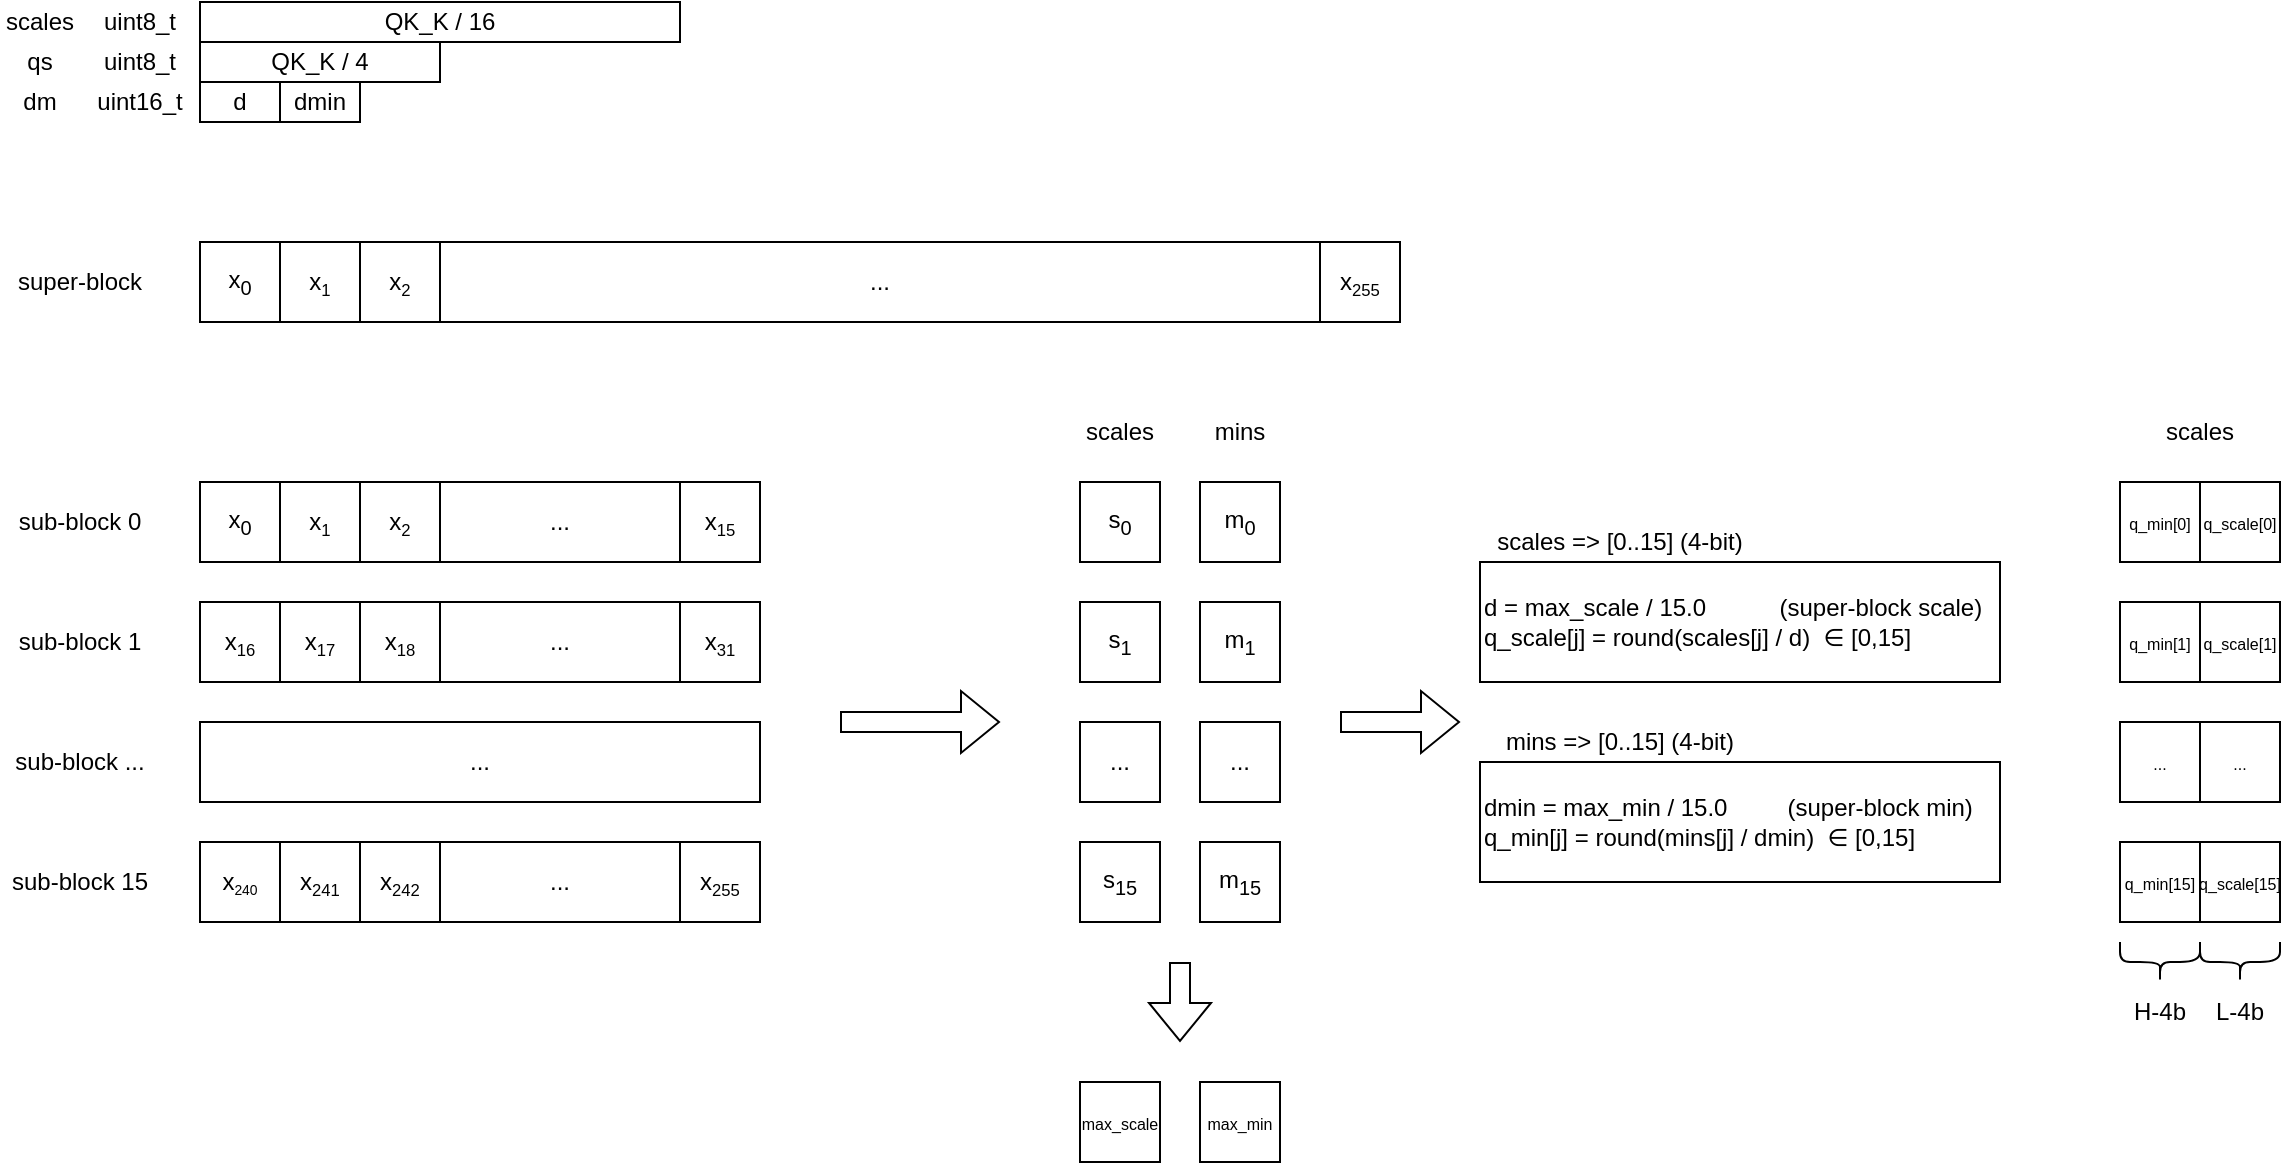
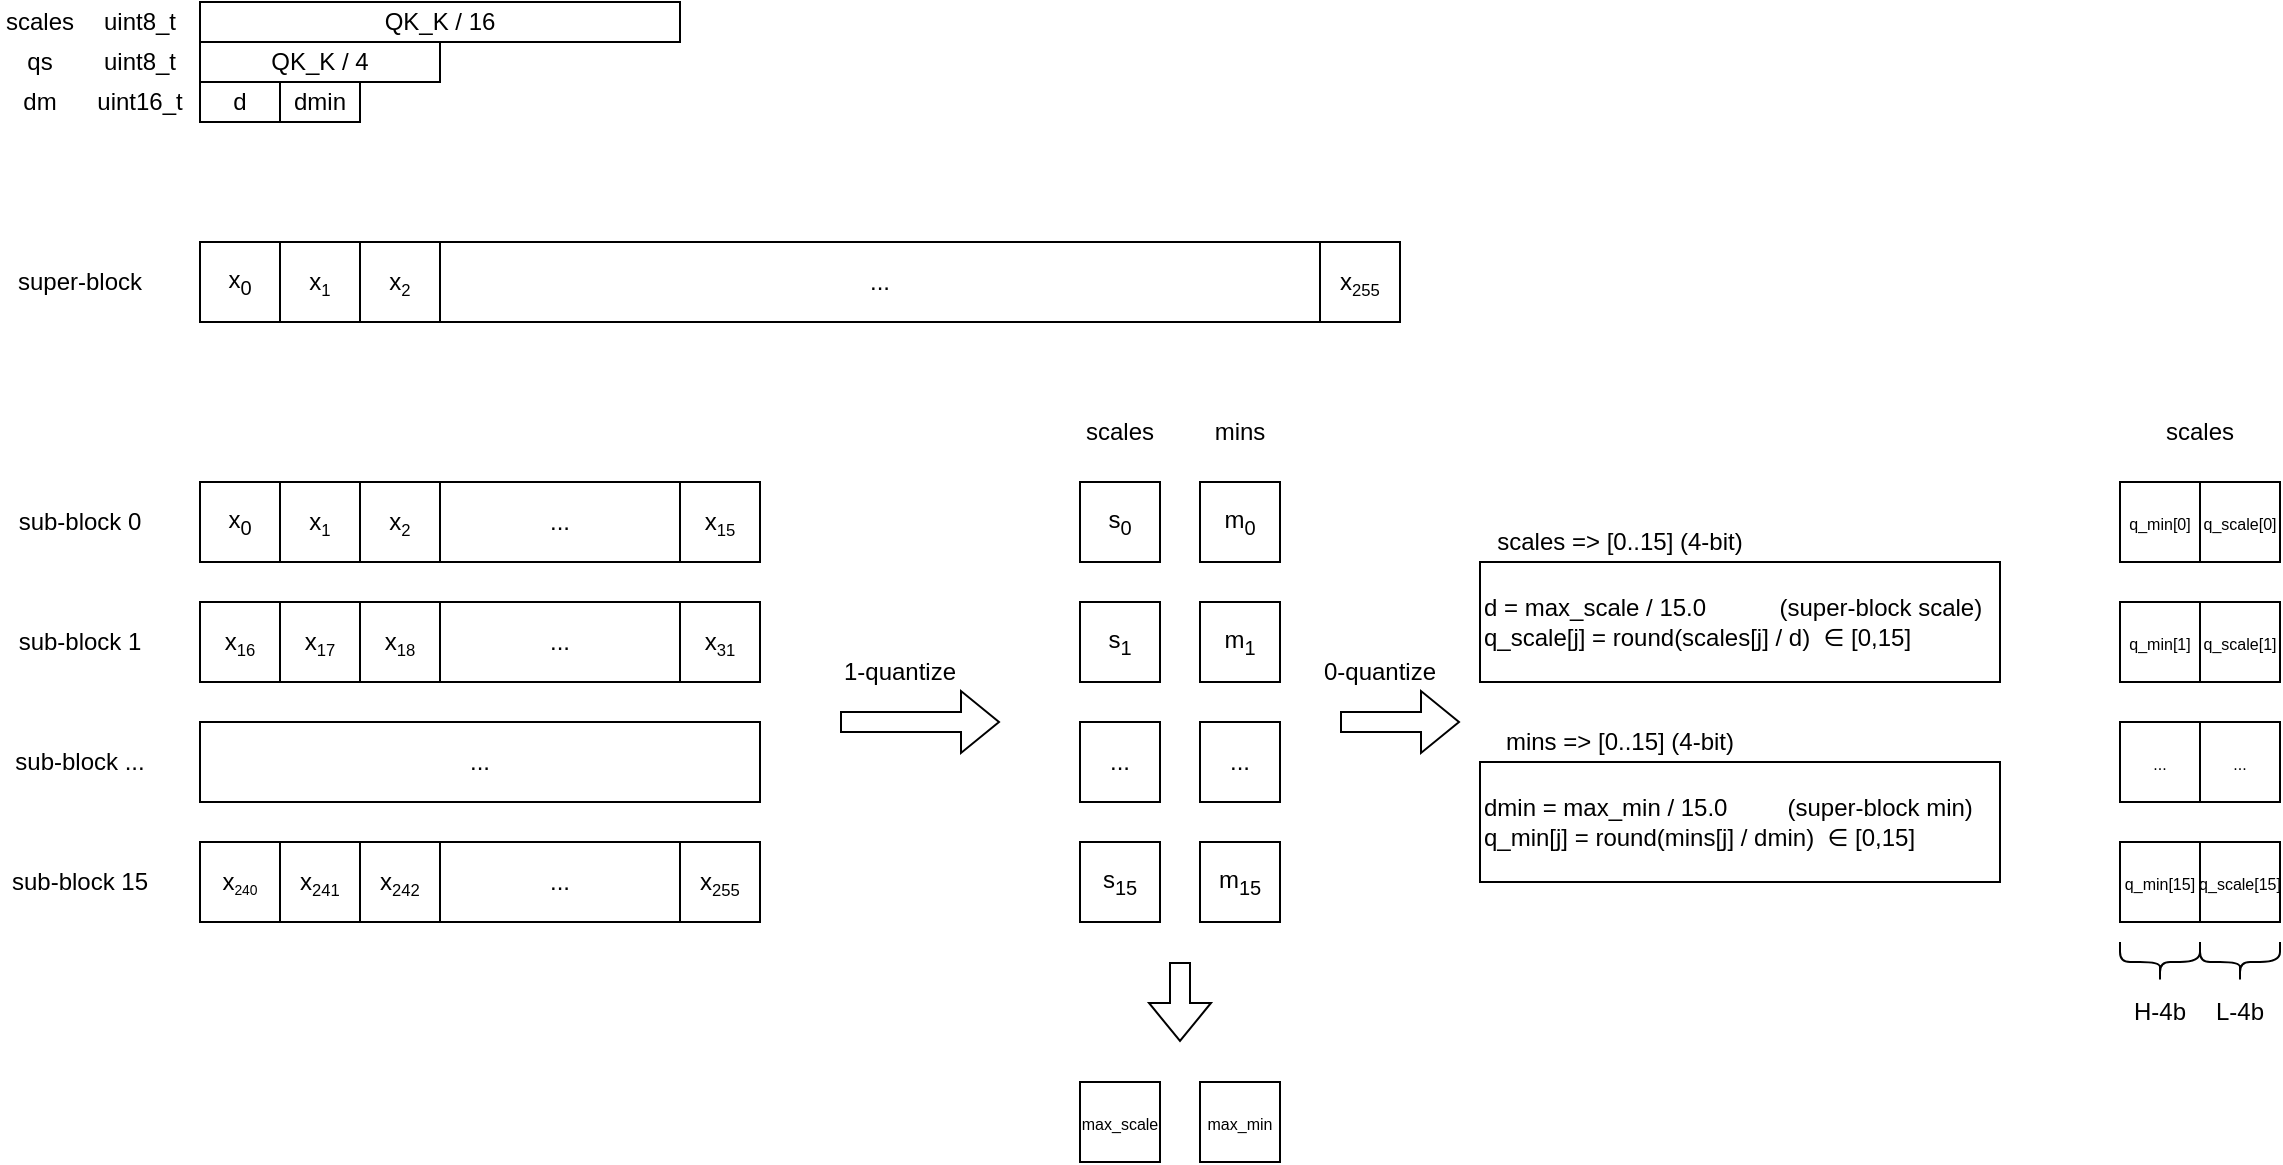
<mxfile host="app.diagrams.net">
  <diagram name="第 1 页" id="Si2-Z7cCXZd2prBrh_IV">
    <mxGraphModel dx="738" dy="1626" grid="1" gridSize="10" guides="1" tooltips="1" connect="1" arrows="1" fold="1" page="1" pageScale="1" pageWidth="827" pageHeight="1169" math="0" shadow="0">
      <root>
        <mxCell id="0" />
        <mxCell id="1" parent="0" />
        <mxCell id="sU8PSUKhDcx1YNUkFXAb-1" parent="1" style="rounded=0;whiteSpace=wrap;html=1;" value="x&lt;sub&gt;0&lt;/sub&gt;" vertex="1">
          <mxGeometry height="40" width="40" x="120" y="40" as="geometry" />
        </mxCell>
        <mxCell id="sU8PSUKhDcx1YNUkFXAb-2" parent="1" style="rounded=0;whiteSpace=wrap;html=1;" value="x&lt;span style=&quot;font-size: 10px;&quot;&gt;&lt;sub&gt;1&lt;/sub&gt;&lt;/span&gt;" vertex="1">
          <mxGeometry height="40" width="40" x="160" y="40" as="geometry" />
        </mxCell>
        <mxCell id="sU8PSUKhDcx1YNUkFXAb-3" parent="1" style="rounded=0;whiteSpace=wrap;html=1;" value="x&lt;span style=&quot;font-size: 10px;&quot;&gt;&lt;sub&gt;2&lt;/sub&gt;&lt;/span&gt;" vertex="1">
          <mxGeometry height="40" width="40" x="200" y="40" as="geometry" />
        </mxCell>
        <mxCell id="sU8PSUKhDcx1YNUkFXAb-4" parent="1" style="rounded=0;whiteSpace=wrap;html=1;" value="..." vertex="1">
          <mxGeometry height="40" width="440" x="240" y="40" as="geometry" />
        </mxCell>
        <mxCell id="sU8PSUKhDcx1YNUkFXAb-5" parent="1" style="rounded=0;whiteSpace=wrap;html=1;" value="x&lt;span style=&quot;font-size: 10px;&quot;&gt;&lt;sub&gt;255&lt;/sub&gt;&lt;/span&gt;" vertex="1">
          <mxGeometry height="40" width="40" x="680" y="40" as="geometry" />
        </mxCell>
        <mxCell id="sU8PSUKhDcx1YNUkFXAb-6" parent="1" style="text;html=1;whiteSpace=wrap;strokeColor=none;fillColor=none;align=center;verticalAlign=middle;rounded=0;" value="super-block" vertex="1">
          <mxGeometry height="40" width="80" x="20" y="40" as="geometry" />
        </mxCell>
        <mxCell id="sU8PSUKhDcx1YNUkFXAb-7" parent="1" style="rounded=0;whiteSpace=wrap;html=1;" value="x&lt;sub&gt;0&lt;/sub&gt;" vertex="1">
          <mxGeometry height="40" width="40" x="120" y="160" as="geometry" />
        </mxCell>
        <mxCell id="sU8PSUKhDcx1YNUkFXAb-8" parent="1" style="rounded=0;whiteSpace=wrap;html=1;" value="x&lt;span style=&quot;font-size: 10px;&quot;&gt;&lt;sub&gt;1&lt;/sub&gt;&lt;/span&gt;" vertex="1">
          <mxGeometry height="40" width="40" x="160" y="160" as="geometry" />
        </mxCell>
        <mxCell id="sU8PSUKhDcx1YNUkFXAb-9" parent="1" style="rounded=0;whiteSpace=wrap;html=1;" value="x&lt;span style=&quot;font-size: 10px;&quot;&gt;&lt;sub&gt;2&lt;/sub&gt;&lt;/span&gt;" vertex="1">
          <mxGeometry height="40" width="40" x="200" y="160" as="geometry" />
        </mxCell>
        <mxCell id="sU8PSUKhDcx1YNUkFXAb-10" parent="1" style="rounded=0;whiteSpace=wrap;html=1;" value="..." vertex="1">
          <mxGeometry height="40" width="120" x="240" y="160" as="geometry" />
        </mxCell>
        <mxCell id="sU8PSUKhDcx1YNUkFXAb-11" parent="1" style="rounded=0;whiteSpace=wrap;html=1;" value="x&lt;span style=&quot;font-size: 10px;&quot;&gt;&lt;sub&gt;15&lt;/sub&gt;&lt;/span&gt;" vertex="1">
          <mxGeometry height="40" width="40" x="360" y="160" as="geometry" />
        </mxCell>
        <mxCell id="sU8PSUKhDcx1YNUkFXAb-12" parent="1" style="rounded=0;whiteSpace=wrap;html=1;" value="x&lt;span style=&quot;font-size: 10px;&quot;&gt;&lt;sub&gt;16&lt;/sub&gt;&lt;/span&gt;" vertex="1">
          <mxGeometry height="40" width="40" x="120" y="220" as="geometry" />
        </mxCell>
        <mxCell id="sU8PSUKhDcx1YNUkFXAb-13" parent="1" style="rounded=0;whiteSpace=wrap;html=1;" value="x&lt;span style=&quot;font-size: 10px;&quot;&gt;&lt;sub&gt;17&lt;/sub&gt;&lt;/span&gt;" vertex="1">
          <mxGeometry height="40" width="40" x="160" y="220" as="geometry" />
        </mxCell>
        <mxCell id="sU8PSUKhDcx1YNUkFXAb-14" parent="1" style="rounded=0;whiteSpace=wrap;html=1;" value="x&lt;span style=&quot;font-size: 10px;&quot;&gt;&lt;sub&gt;18&lt;/sub&gt;&lt;/span&gt;" vertex="1">
          <mxGeometry height="40" width="40" x="200" y="220" as="geometry" />
        </mxCell>
        <mxCell id="sU8PSUKhDcx1YNUkFXAb-15" parent="1" style="rounded=0;whiteSpace=wrap;html=1;" value="..." vertex="1">
          <mxGeometry height="40" width="120" x="240" y="220" as="geometry" />
        </mxCell>
        <mxCell id="sU8PSUKhDcx1YNUkFXAb-16" parent="1" style="rounded=0;whiteSpace=wrap;html=1;" value="x&lt;span style=&quot;font-size: 10px;&quot;&gt;&lt;sub&gt;31&lt;/sub&gt;&lt;/span&gt;" vertex="1">
          <mxGeometry height="40" width="40" x="360" y="220" as="geometry" />
        </mxCell>
        <mxCell id="sU8PSUKhDcx1YNUkFXAb-17" parent="1" style="rounded=0;whiteSpace=wrap;html=1;" value="..." vertex="1">
          <mxGeometry height="40" width="280" x="120" y="280" as="geometry" />
        </mxCell>
        <mxCell id="sU8PSUKhDcx1YNUkFXAb-18" parent="1" style="rounded=0;whiteSpace=wrap;html=1;" value="x&lt;span style=&quot;font-size: 8.33333px;&quot;&gt;&lt;sub&gt;240&lt;/sub&gt;&lt;/span&gt;" vertex="1">
          <mxGeometry height="40" width="40" x="120" y="340" as="geometry" />
        </mxCell>
        <mxCell id="sU8PSUKhDcx1YNUkFXAb-19" parent="1" style="rounded=0;whiteSpace=wrap;html=1;" value="x&lt;span style=&quot;font-size: 10px;&quot;&gt;&lt;sub&gt;241&lt;/sub&gt;&lt;/span&gt;" vertex="1">
          <mxGeometry height="40" width="40" x="160" y="340" as="geometry" />
        </mxCell>
        <mxCell id="sU8PSUKhDcx1YNUkFXAb-20" parent="1" style="rounded=0;whiteSpace=wrap;html=1;" value="x&lt;span style=&quot;font-size: 10px;&quot;&gt;&lt;sub&gt;242&lt;/sub&gt;&lt;/span&gt;" vertex="1">
          <mxGeometry height="40" width="40" x="200" y="340" as="geometry" />
        </mxCell>
        <mxCell id="sU8PSUKhDcx1YNUkFXAb-21" parent="1" style="rounded=0;whiteSpace=wrap;html=1;" value="..." vertex="1">
          <mxGeometry height="40" width="120" x="240" y="340" as="geometry" />
        </mxCell>
        <mxCell id="sU8PSUKhDcx1YNUkFXAb-22" parent="1" style="rounded=0;whiteSpace=wrap;html=1;" value="x&lt;span style=&quot;font-size: 10px;&quot;&gt;&lt;sub&gt;255&lt;/sub&gt;&lt;/span&gt;" vertex="1">
          <mxGeometry height="40" width="40" x="360" y="340" as="geometry" />
        </mxCell>
        <mxCell id="sU8PSUKhDcx1YNUkFXAb-23" parent="1" style="text;html=1;whiteSpace=wrap;strokeColor=none;fillColor=none;align=center;verticalAlign=middle;rounded=0;" value="sub-block 0" vertex="1">
          <mxGeometry height="40" width="80" x="20" y="160" as="geometry" />
        </mxCell>
        <mxCell id="sU8PSUKhDcx1YNUkFXAb-24" parent="1" style="text;html=1;whiteSpace=wrap;strokeColor=none;fillColor=none;align=center;verticalAlign=middle;rounded=0;" value="sub-block 1" vertex="1">
          <mxGeometry height="40" width="80" x="20" y="220" as="geometry" />
        </mxCell>
        <mxCell id="sU8PSUKhDcx1YNUkFXAb-25" parent="1" style="text;html=1;whiteSpace=wrap;strokeColor=none;fillColor=none;align=center;verticalAlign=middle;rounded=0;" value="sub-block 15" vertex="1">
          <mxGeometry height="40" width="80" x="20" y="340" as="geometry" />
        </mxCell>
        <mxCell id="sU8PSUKhDcx1YNUkFXAb-26" parent="1" style="text;html=1;whiteSpace=wrap;strokeColor=none;fillColor=none;align=center;verticalAlign=middle;rounded=0;" value="sub-block ..." vertex="1">
          <mxGeometry height="40" width="80" x="20" y="280" as="geometry" />
        </mxCell>
        <mxCell id="sU8PSUKhDcx1YNUkFXAb-27" parent="1" style="rounded=0;whiteSpace=wrap;html=1;" value="QK_K / 16" vertex="1">
          <mxGeometry height="20" width="240" x="120" y="-80" as="geometry" />
        </mxCell>
        <mxCell id="sU8PSUKhDcx1YNUkFXAb-28" parent="1" style="rounded=0;whiteSpace=wrap;html=1;" value="QK_K / 4" vertex="1">
          <mxGeometry height="20" width="120" x="120" y="-60" as="geometry" />
        </mxCell>
        <mxCell id="sU8PSUKhDcx1YNUkFXAb-29" parent="1" style="rounded=0;whiteSpace=wrap;html=1;" value="d" vertex="1">
          <mxGeometry height="20" width="40" x="120" y="-40" as="geometry" />
        </mxCell>
        <mxCell id="sU8PSUKhDcx1YNUkFXAb-30" parent="1" style="rounded=0;whiteSpace=wrap;html=1;" value="dmin" vertex="1">
          <mxGeometry height="20" width="40" x="160" y="-40" as="geometry" />
        </mxCell>
        <mxCell id="sU8PSUKhDcx1YNUkFXAb-32" parent="1" style="text;html=1;whiteSpace=wrap;strokeColor=none;fillColor=none;align=center;verticalAlign=middle;rounded=0;" value="scales" vertex="1">
          <mxGeometry height="20" width="40" x="20" y="-80" as="geometry" />
        </mxCell>
        <mxCell id="sU8PSUKhDcx1YNUkFXAb-33" parent="1" style="text;html=1;whiteSpace=wrap;strokeColor=none;fillColor=none;align=center;verticalAlign=middle;rounded=0;" value="qs" vertex="1">
          <mxGeometry height="20" width="40" x="20" y="-60" as="geometry" />
        </mxCell>
        <mxCell id="sU8PSUKhDcx1YNUkFXAb-34" parent="1" style="text;html=1;whiteSpace=wrap;strokeColor=none;fillColor=none;align=center;verticalAlign=middle;rounded=0;" value="dm" vertex="1">
          <mxGeometry height="20" width="40" x="20" y="-40" as="geometry" />
        </mxCell>
        <mxCell id="sU8PSUKhDcx1YNUkFXAb-35" parent="1" style="text;html=1;whiteSpace=wrap;strokeColor=none;fillColor=none;align=center;verticalAlign=middle;rounded=0;" value="uint8_t" vertex="1">
          <mxGeometry height="20" width="60" x="60" y="-80" as="geometry" />
        </mxCell>
        <mxCell id="sU8PSUKhDcx1YNUkFXAb-36" parent="1" style="text;html=1;whiteSpace=wrap;strokeColor=none;fillColor=none;align=center;verticalAlign=middle;rounded=0;" value="uint8_t" vertex="1">
          <mxGeometry height="20" width="60" x="60" y="-60" as="geometry" />
        </mxCell>
        <mxCell id="sU8PSUKhDcx1YNUkFXAb-37" parent="1" style="text;html=1;whiteSpace=wrap;strokeColor=none;fillColor=none;align=center;verticalAlign=middle;rounded=0;" value="uint16_t" vertex="1">
          <mxGeometry height="20" width="60" x="60" y="-40" as="geometry" />
        </mxCell>
        <mxCell id="sU8PSUKhDcx1YNUkFXAb-38" edge="1" parent="1" style="shape=flexArrow;endArrow=classic;html=1;rounded=0;" value="">
          <mxGeometry height="50" relative="1" width="50" as="geometry">
            <mxPoint x="440" y="280" as="sourcePoint" />
            <mxPoint x="520" y="280" as="targetPoint" />
          </mxGeometry>
        </mxCell>
        <mxCell id="sU8PSUKhDcx1YNUkFXAb-39" parent="1" style="rounded=0;whiteSpace=wrap;html=1;" value="s&lt;sub&gt;0&lt;/sub&gt;" vertex="1">
          <mxGeometry height="40" width="40" x="560" y="160" as="geometry" />
        </mxCell>
        <mxCell id="sU8PSUKhDcx1YNUkFXAb-41" parent="1" style="rounded=0;whiteSpace=wrap;html=1;" value="s&lt;sub&gt;1&lt;/sub&gt;" vertex="1">
          <mxGeometry height="40" width="40" x="560" y="220" as="geometry" />
        </mxCell>
        <mxCell id="sU8PSUKhDcx1YNUkFXAb-42" parent="1" style="rounded=0;whiteSpace=wrap;html=1;" value="..." vertex="1">
          <mxGeometry height="40" width="40" x="560" y="280" as="geometry" />
        </mxCell>
        <mxCell id="sU8PSUKhDcx1YNUkFXAb-43" parent="1" style="rounded=0;whiteSpace=wrap;html=1;" value="s&lt;sub&gt;15&lt;/sub&gt;" vertex="1">
          <mxGeometry height="40" width="40" x="560" y="340" as="geometry" />
        </mxCell>
        <mxCell id="sU8PSUKhDcx1YNUkFXAb-44" parent="1" style="text;html=1;whiteSpace=wrap;strokeColor=none;fillColor=none;align=center;verticalAlign=middle;rounded=0;" value="scales" vertex="1">
          <mxGeometry height="30" width="60" x="550" y="120" as="geometry" />
        </mxCell>
        <mxCell id="sU8PSUKhDcx1YNUkFXAb-46" parent="1" style="rounded=0;whiteSpace=wrap;html=1;" value="m&lt;sub&gt;0&lt;/sub&gt;" vertex="1">
          <mxGeometry height="40" width="40" x="620" y="160" as="geometry" />
        </mxCell>
        <mxCell id="sU8PSUKhDcx1YNUkFXAb-47" parent="1" style="rounded=0;whiteSpace=wrap;html=1;" value="m&lt;sub&gt;1&lt;/sub&gt;" vertex="1">
          <mxGeometry height="40" width="40" x="620" y="220" as="geometry" />
        </mxCell>
        <mxCell id="sU8PSUKhDcx1YNUkFXAb-48" parent="1" style="rounded=0;whiteSpace=wrap;html=1;" value="..." vertex="1">
          <mxGeometry height="40" width="40" x="620" y="280" as="geometry" />
        </mxCell>
        <mxCell id="sU8PSUKhDcx1YNUkFXAb-49" parent="1" style="rounded=0;whiteSpace=wrap;html=1;" value="m&lt;sub&gt;15&lt;/sub&gt;" vertex="1">
          <mxGeometry height="40" width="40" x="620" y="340" as="geometry" />
        </mxCell>
        <mxCell id="sU8PSUKhDcx1YNUkFXAb-50" parent="1" style="text;html=1;whiteSpace=wrap;strokeColor=none;fillColor=none;align=center;verticalAlign=middle;rounded=0;" value="mins" vertex="1">
          <mxGeometry height="30" width="60" x="610" y="120" as="geometry" />
        </mxCell>
        <mxCell id="sU8PSUKhDcx1YNUkFXAb-52" edge="1" parent="1" style="shape=flexArrow;endArrow=classic;html=1;rounded=0;" value="">
          <mxGeometry height="50" relative="1" width="50" as="geometry">
            <mxPoint x="610" y="400" as="sourcePoint" />
            <mxPoint x="610" y="440" as="targetPoint" />
          </mxGeometry>
        </mxCell>
        <mxCell id="sU8PSUKhDcx1YNUkFXAb-53" parent="1" style="rounded=0;whiteSpace=wrap;html=1;" value="&lt;font style=&quot;font-size: 8px;&quot;&gt;max_scale&lt;/font&gt;" vertex="1">
          <mxGeometry height="40" width="40" x="560" y="460" as="geometry" />
        </mxCell>
        <mxCell id="sU8PSUKhDcx1YNUkFXAb-55" parent="1" style="rounded=0;whiteSpace=wrap;html=1;" value="&lt;font style=&quot;font-size: 8px;&quot;&gt;max_min&lt;/font&gt;" vertex="1">
          <mxGeometry height="40" width="40" x="620" y="460" as="geometry" />
        </mxCell>
        <mxCell id="sU8PSUKhDcx1YNUkFXAb-57" edge="1" parent="1" style="shape=flexArrow;endArrow=classic;html=1;rounded=0;" value="">
          <mxGeometry height="50" relative="1" width="50" as="geometry">
            <mxPoint x="690" y="280" as="sourcePoint" />
            <mxPoint x="750" y="280" as="targetPoint" />
          </mxGeometry>
        </mxCell>
        <mxCell id="sU8PSUKhDcx1YNUkFXAb-58" parent="1" style="whiteSpace=wrap;html=1;align=left;" value="d = max_scale / 15.0&amp;nbsp;&amp;nbsp; &amp;nbsp; &amp;nbsp; &amp;nbsp; &amp;nbsp; (super-block scale)&lt;br&gt;q_scale[j] = round(scales[j] / d)&amp;nbsp; ∈ [0,15]" vertex="1">
          <mxGeometry height="60" width="260" x="760" y="200" as="geometry" />
        </mxCell>
        <mxCell id="sU8PSUKhDcx1YNUkFXAb-59" parent="1" style="whiteSpace=wrap;html=1;align=left;" value="dmin = max_min / 15.0&amp;nbsp; &amp;nbsp; &amp;nbsp; &amp;nbsp; &amp;nbsp;(super-block min)&amp;nbsp;&lt;br&gt;q_min[j] = round(mins[j] / dmin)&amp;nbsp; ∈ [0,15]" vertex="1">
          <mxGeometry height="60" width="260" x="760" y="300" as="geometry" />
        </mxCell>
        <mxCell id="sU8PSUKhDcx1YNUkFXAb-61" parent="1" style="text;html=1;whiteSpace=wrap;strokeColor=none;fillColor=none;align=center;verticalAlign=middle;rounded=0;" value="scales =&amp;gt; [0..15] (4-bit)" vertex="1">
          <mxGeometry height="20" width="140" x="760" y="180" as="geometry" />
        </mxCell>
        <mxCell id="sU8PSUKhDcx1YNUkFXAb-62" parent="1" style="text;html=1;whiteSpace=wrap;strokeColor=none;fillColor=none;align=center;verticalAlign=middle;rounded=0;" value="mins =&amp;gt; [0..15] (4-bit)" vertex="1">
          <mxGeometry height="20" width="140" x="760" y="280" as="geometry" />
        </mxCell>
        <mxCell id="sU8PSUKhDcx1YNUkFXAb-63" parent="1" style="whiteSpace=wrap;html=1;" value="&lt;font style=&quot;font-size: 8px;&quot;&gt;q_min[0]&lt;/font&gt;" vertex="1">
          <mxGeometry height="40" width="40" x="1080" y="160" as="geometry" />
        </mxCell>
        <mxCell id="sU8PSUKhDcx1YNUkFXAb-65" parent="1" style="whiteSpace=wrap;html=1;" value="&lt;font style=&quot;font-size: 8px;&quot;&gt;q_scale[0]&lt;/font&gt;" vertex="1">
          <mxGeometry height="40" width="40" x="1120" y="160" as="geometry" />
        </mxCell>
        <mxCell id="sU8PSUKhDcx1YNUkFXAb-71" parent="1" style="text;html=1;whiteSpace=wrap;strokeColor=none;fillColor=none;align=center;verticalAlign=middle;rounded=0;" value="scales" vertex="1">
          <mxGeometry height="30" width="60" x="1090" y="120" as="geometry" />
        </mxCell>
        <mxCell id="sU8PSUKhDcx1YNUkFXAb-72" parent="1" style="whiteSpace=wrap;html=1;" value="&lt;font style=&quot;font-size: 8px;&quot;&gt;q_min[1]&lt;/font&gt;" vertex="1">
          <mxGeometry height="40" width="40" x="1080" y="220" as="geometry" />
        </mxCell>
        <mxCell id="sU8PSUKhDcx1YNUkFXAb-73" parent="1" style="whiteSpace=wrap;html=1;" value="&lt;font style=&quot;font-size: 8px;&quot;&gt;q_scale[1]&lt;/font&gt;" vertex="1">
          <mxGeometry height="40" width="40" x="1120" y="220" as="geometry" />
        </mxCell>
        <mxCell id="sU8PSUKhDcx1YNUkFXAb-74" parent="1" style="whiteSpace=wrap;html=1;" value="&lt;span style=&quot;font-size: 8px;&quot;&gt;...&lt;/span&gt;" vertex="1">
          <mxGeometry height="40" width="40" x="1080" y="280" as="geometry" />
        </mxCell>
        <mxCell id="sU8PSUKhDcx1YNUkFXAb-75" parent="1" style="whiteSpace=wrap;html=1;" value="&lt;font style=&quot;font-size: 8px;&quot;&gt;...&lt;/font&gt;" vertex="1">
          <mxGeometry height="40" width="40" x="1120" y="280" as="geometry" />
        </mxCell>
        <mxCell id="sU8PSUKhDcx1YNUkFXAb-76" parent="1" style="whiteSpace=wrap;html=1;" value="&lt;font style=&quot;font-size: 8px;&quot;&gt;q_min[15]&lt;/font&gt;" vertex="1">
          <mxGeometry height="40" width="40" x="1080" y="340" as="geometry" />
        </mxCell>
        <mxCell id="sU8PSUKhDcx1YNUkFXAb-77" parent="1" style="whiteSpace=wrap;html=1;" value="&lt;font style=&quot;font-size: 8px;&quot;&gt;q_scale[15]&lt;/font&gt;" vertex="1">
          <mxGeometry height="40" width="40" x="1120" y="340" as="geometry" />
        </mxCell>
        <mxCell id="sU8PSUKhDcx1YNUkFXAb-78" parent="1" style="shape=curlyBracket;whiteSpace=wrap;html=1;rounded=1;flipH=1;labelPosition=right;verticalLabelPosition=middle;align=left;verticalAlign=middle;legacyAnchorPoints=0;rotation=90;" value="" vertex="1">
          <mxGeometry height="40" width="20" x="1090" y="380" as="geometry" />
        </mxCell>
        <mxCell id="sU8PSUKhDcx1YNUkFXAb-79" parent="1" style="shape=curlyBracket;whiteSpace=wrap;html=1;rounded=1;flipH=1;labelPosition=right;verticalLabelPosition=middle;align=left;verticalAlign=middle;legacyAnchorPoints=0;rotation=90;" value="" vertex="1">
          <mxGeometry height="40" width="20" x="1130" y="380" as="geometry" />
        </mxCell>
        <mxCell id="sU8PSUKhDcx1YNUkFXAb-80" parent="1" style="text;html=1;whiteSpace=wrap;strokeColor=none;fillColor=none;align=center;verticalAlign=middle;rounded=0;" value="H-4b" vertex="1">
          <mxGeometry height="30" width="40" x="1080" y="410" as="geometry" />
        </mxCell>
        <mxCell id="sU8PSUKhDcx1YNUkFXAb-81" parent="1" style="text;html=1;whiteSpace=wrap;strokeColor=none;fillColor=none;align=center;verticalAlign=middle;rounded=0;" value="L-4b" vertex="1">
          <mxGeometry height="30" width="40" x="1120" y="410" as="geometry" />
        </mxCell>
+         <mxCell id="sU8PSUKhDcx1YNUkFXAb-82" parent="1" style="text;html=1;whiteSpace=wrap;strokeColor=none;fillColor=none;align=center;verticalAlign=middle;rounded=0;" value="1-quantize" vertex="1">
+           <mxGeometry height="30" width="80" x="430" y="240" as="geometry" />
+         </mxCell>
+         <mxCell id="sU8PSUKhDcx1YNUkFXAb-83" parent="1" style="text;html=1;whiteSpace=wrap;strokeColor=none;fillColor=none;align=center;verticalAlign=middle;rounded=0;" value="0-quantize" vertex="1">
+           <mxGeometry height="30" width="60" x="680" y="240" as="geometry" />
+         </mxCell>
      </root>
    </mxGraphModel>
  </diagram>
</mxfile>
